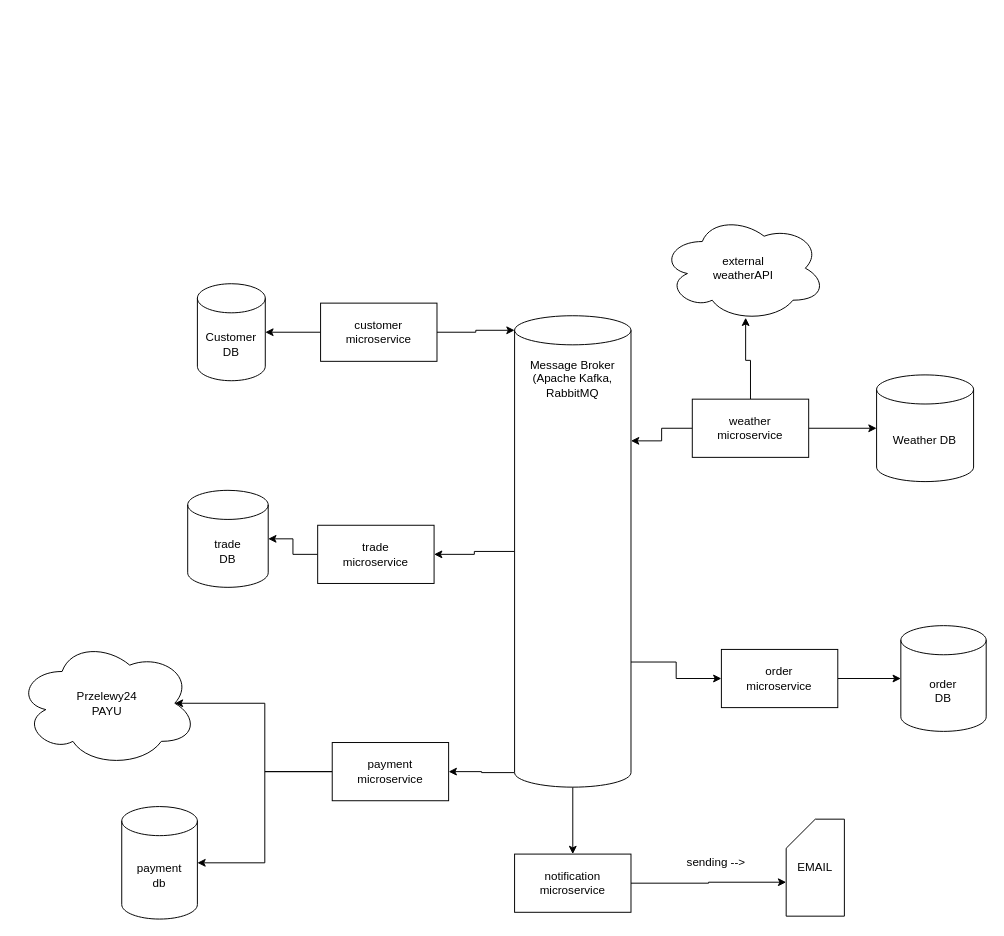
Earlier version of the draw.io diagram docs/microservices-docs/microservices-infrastructure.drawio (McBlankenburg/SkyTrader24). Source tidied: cells renumbered, new cells numbered last; positions are measured from the earlier drawing's top-left corner, leaving out a move shared by most shapes. Both pictures are drawn from the tidied source at 97%, with x=0, y=0 at pixel (16, 214).
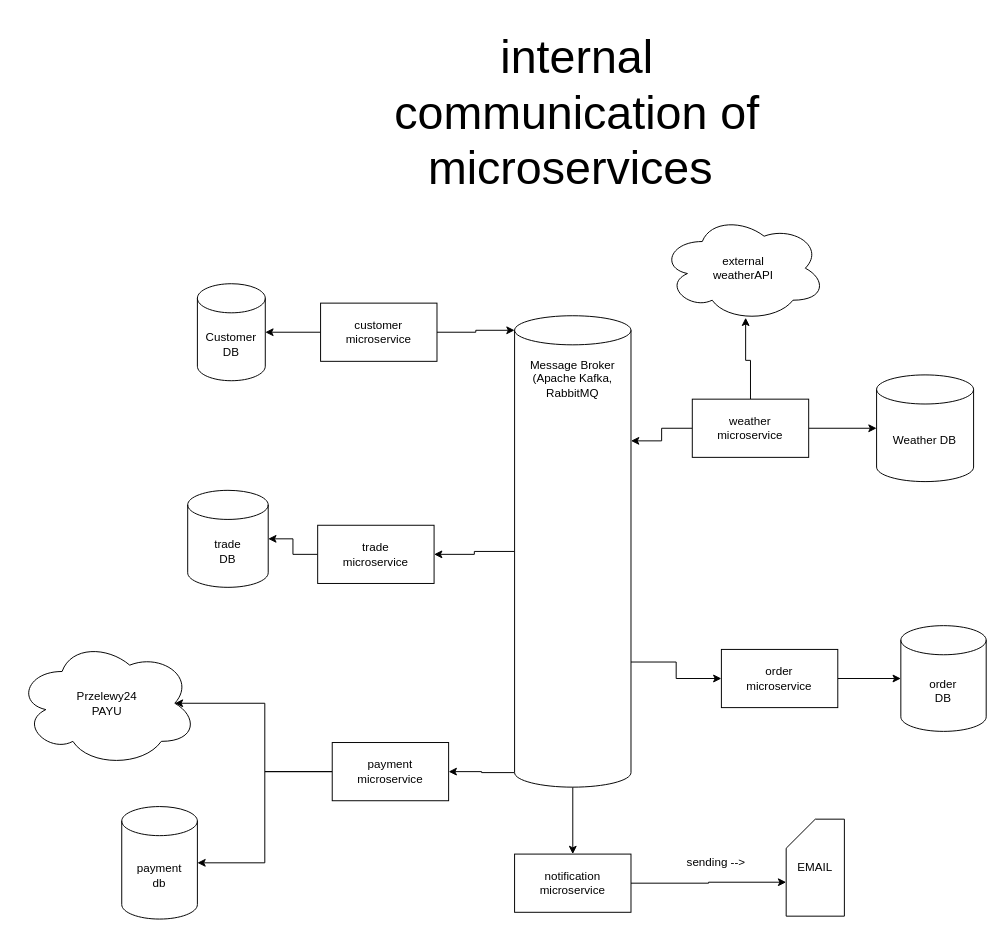
The same page after the edit.

Commit message:
edit infrastructure diagram for microservices

Diff of the diagram source:
```diff
@@
+    <mxCell id="33" value="&lt;font style=&quot;font-size: 48px;&quot;&gt;internal communication of microservices&amp;nbsp;&lt;/font&gt;" style="text;html=1;strokeColor=none;fillColor=none;align=center;verticalAlign=middle;whiteSpace=wrap;rounded=0;" parent="1" vertex="1">
+      <mxGeometry x="350" y="-204" width="455" height="198" as="geometry" />
+    </mxCell>
```
